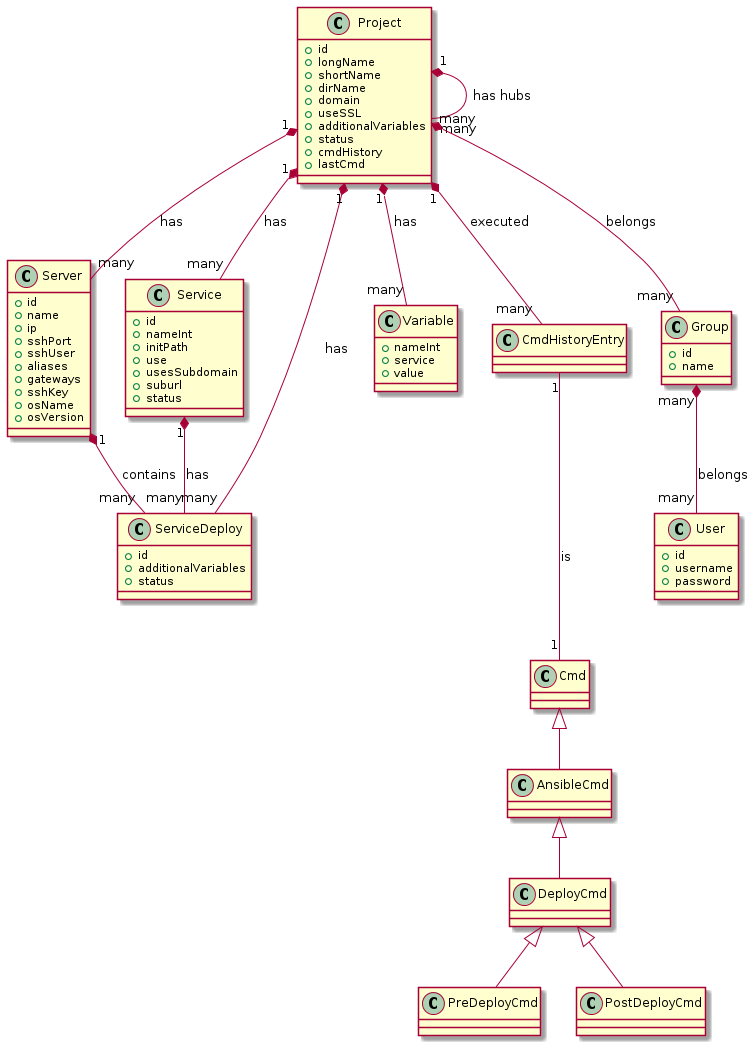
living-atlases/la-toolkit-backend keeps this PlantUML diagram as diagram.png. Above is the earlier version.
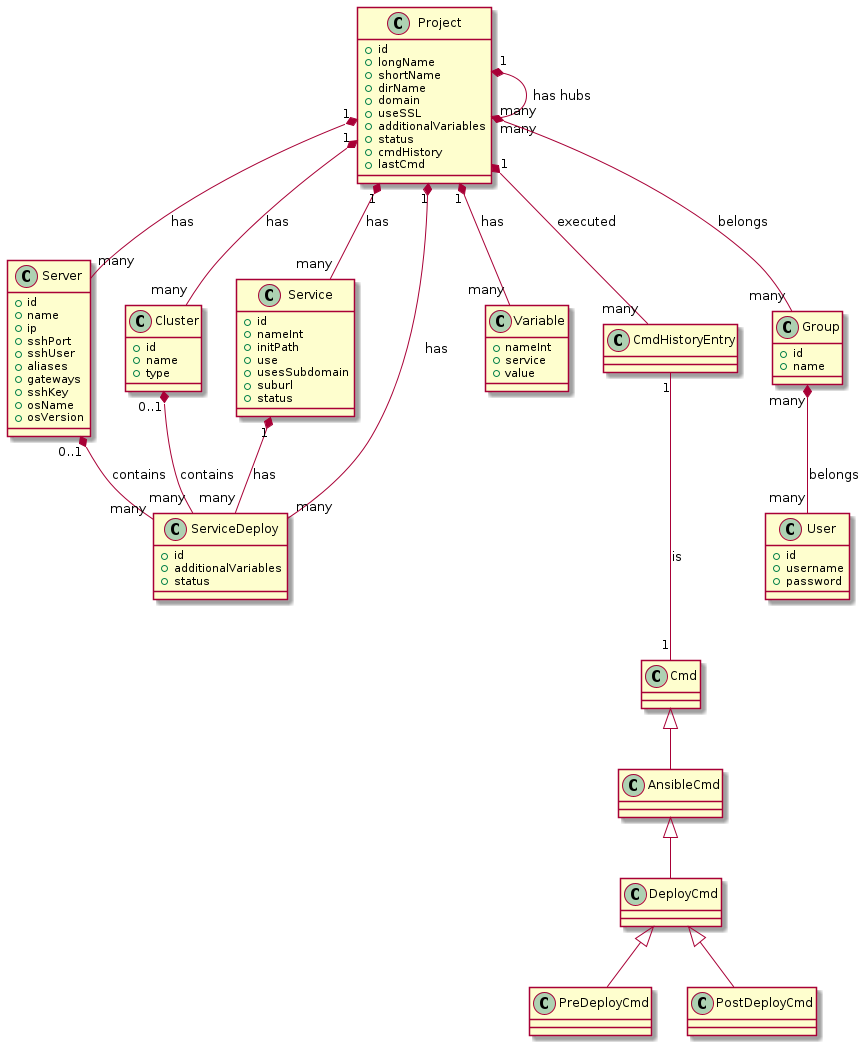
The same file after the commit.

Diff of the diagram source:
```diff
@@ -23,6 +23,12 @@
  + sshKey
  + osName
  + osVersion
+}
+
+class Cluster {
+ + id
+ + name
+ + type
 }
 
 class Service {
@@ -78,12 +84,15 @@
 
 Project "1" *-- "many" Project : has hubs
 Project "1" *-- "many" Server : has
+Project "1" *-- "many" Cluster : has
 Project "1" *-- "many" Service : has
 Project "1" *-- "many" Variable : has
 Project "1" *-- "many" ServiceDeploy : has
 Project "1" *-- "many" CmdHistoryEntry : executed
 
-Server "1" *-- "many" ServiceDeploy : contains
+Server "0..1" *-- "many" ServiceDeploy : contains
+
+Cluster "0..1" *-- "many" ServiceDeploy : contains
 
 Service "1" *-- "many" ServiceDeploy : has
 
```
